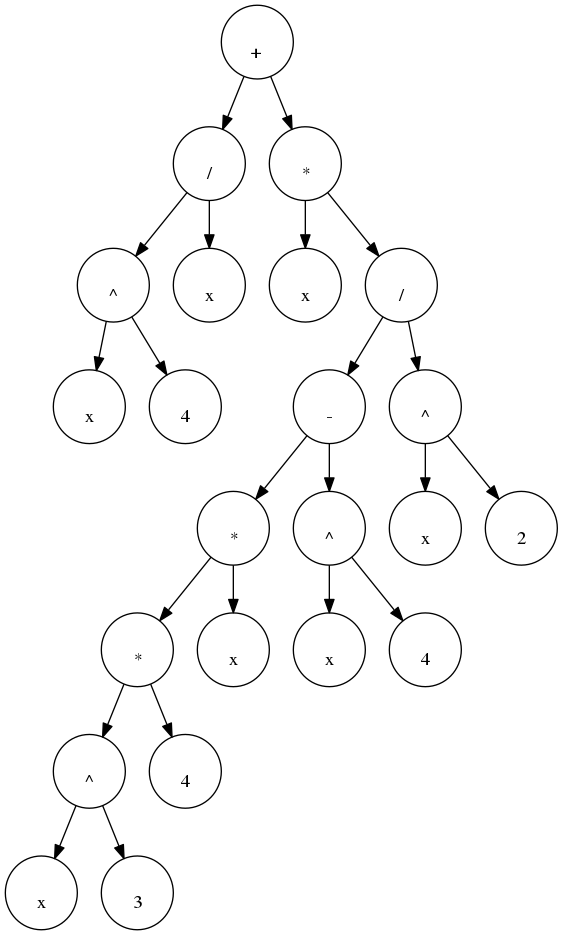
The Graphviz diagram Differencator/dumpfile.png in Podgorny98/Ilab, before a commit. Its source is kept beside it as Differencator/dumpfile.gv. Its diagram source:
```dot
digraph graf{
treeNode_0x17141e0 [label="\l+"]
treeNode_0x17141e0->treeNode_0x1714750
treeNode_0x1714750 [label="\l/"]
treeNode_0x1714750->treeNode_0x1714780
treeNode_0x1714780 [label="\l^"]
treeNode_0x1714780->treeNode_0x17147b0
treeNode_0x17147b0 [label="\lx"]
treeNode_0x1714780->treeNode_0x17147e0
treeNode_0x17147e0 [label="\l4"]
treeNode_0x1714750->treeNode_0x1714810
treeNode_0x1714810 [label="\lx"]
treeNode_0x17141e0->treeNode_0x1714240
treeNode_0x1714240 [label="\l*"]
treeNode_0x1714240->treeNode_0x1714390
treeNode_0x1714390 [label="\lx"]
treeNode_0x1714240->treeNode_0x17143c0
treeNode_0x17143c0 [label="\l/"]
treeNode_0x17143c0->treeNode_0x17143f0
treeNode_0x17143f0 [label="\l-"]
treeNode_0x17143f0->treeNode_0x1714450
treeNode_0x1714450 [label="\l*"]
treeNode_0x1714450->treeNode_0x1714210
treeNode_0x1714210 [label="\l*"]
treeNode_0x1714210->treeNode_0x17142a0
treeNode_0x17142a0 [label="\l^"]
treeNode_0x17142a0->treeNode_0x1714360
treeNode_0x1714360 [label="\lx"]
treeNode_0x17142a0->treeNode_0x17142d0
treeNode_0x17142d0 [label="\l3"]
treeNode_0x1714210->treeNode_0x1714330
treeNode_0x1714330 [label="\l4"]
treeNode_0x1714450->treeNode_0x1714660
treeNode_0x1714660 [label="\lx"]
treeNode_0x17143f0->treeNode_0x1714510
treeNode_0x1714510 [label="\l^"]
treeNode_0x1714510->treeNode_0x1714570
treeNode_0x1714570 [label="\lx"]
treeNode_0x1714510->treeNode_0x1714540
treeNode_0x1714540 [label="\l4"]
treeNode_0x17143c0->treeNode_0x1714420
treeNode_0x1714420 [label="\l^"]
treeNode_0x1714420->treeNode_0x17144e0
treeNode_0x17144e0 [label="\lx"]
treeNode_0x1714420->treeNode_0x17144b0
treeNode_0x17144b0 [label="\l2"]
}
```
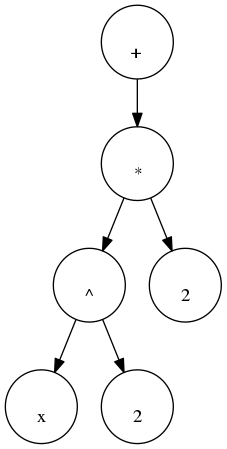
After the commit.

Diff of the diagram source:
```diff
@@ -1,47 +1,13 @@
 digraph graf{
-treeNode_0x17141e0 [label="\l+"]
-treeNode_0x17141e0->treeNode_0x1714750
-treeNode_0x1714750 [label="\l/"]
-treeNode_0x1714750->treeNode_0x1714780
-treeNode_0x1714780 [label="\l^"]
-treeNode_0x1714780->treeNode_0x17147b0
-treeNode_0x17147b0 [label="\lx"]
-treeNode_0x1714780->treeNode_0x17147e0
-treeNode_0x17147e0 [label="\l4"]
-treeNode_0x1714750->treeNode_0x1714810
-treeNode_0x1714810 [label="\lx"]
-treeNode_0x17141e0->treeNode_0x1714240
-treeNode_0x1714240 [label="\l*"]
-treeNode_0x1714240->treeNode_0x1714390
-treeNode_0x1714390 [label="\lx"]
-treeNode_0x1714240->treeNode_0x17143c0
-treeNode_0x17143c0 [label="\l/"]
-treeNode_0x17143c0->treeNode_0x17143f0
-treeNode_0x17143f0 [label="\l-"]
-treeNode_0x17143f0->treeNode_0x1714450
-treeNode_0x1714450 [label="\l*"]
-treeNode_0x1714450->treeNode_0x1714210
-treeNode_0x1714210 [label="\l*"]
-treeNode_0x1714210->treeNode_0x17142a0
-treeNode_0x17142a0 [label="\l^"]
-treeNode_0x17142a0->treeNode_0x1714360
-treeNode_0x1714360 [label="\lx"]
-treeNode_0x17142a0->treeNode_0x17142d0
-treeNode_0x17142d0 [label="\l3"]
-treeNode_0x1714210->treeNode_0x1714330
-treeNode_0x1714330 [label="\l4"]
-treeNode_0x1714450->treeNode_0x1714660
-treeNode_0x1714660 [label="\lx"]
-treeNode_0x17143f0->treeNode_0x1714510
-treeNode_0x1714510 [label="\l^"]
-treeNode_0x1714510->treeNode_0x1714570
-treeNode_0x1714570 [label="\lx"]
-treeNode_0x1714510->treeNode_0x1714540
-treeNode_0x1714540 [label="\l4"]
-treeNode_0x17143c0->treeNode_0x1714420
-treeNode_0x1714420 [label="\l^"]
-treeNode_0x1714420->treeNode_0x17144e0
-treeNode_0x17144e0 [label="\lx"]
-treeNode_0x1714420->treeNode_0x17144b0
-treeNode_0x17144b0 [label="\l2"]
+treeNode_0x6a4e60 [label="\l+"]
+treeNode_0x6a4e60->treeNode_0x6a51e0
+treeNode_0x6a51e0 [label="\l*"]
+treeNode_0x6a51e0->treeNode_0x6a4ee0
+treeNode_0x6a4ee0 [label="\l^"]
+treeNode_0x6a4ee0->treeNode_0x6a4f60
+treeNode_0x6a4f60 [label="\lx"]
+treeNode_0x6a4ee0->treeNode_0x6a4fe0
+treeNode_0x6a4fe0 [label="\l2"]
+treeNode_0x6a51e0->treeNode_0x6a5260
+treeNode_0x6a5260 [label="\l2"]
 }
```
